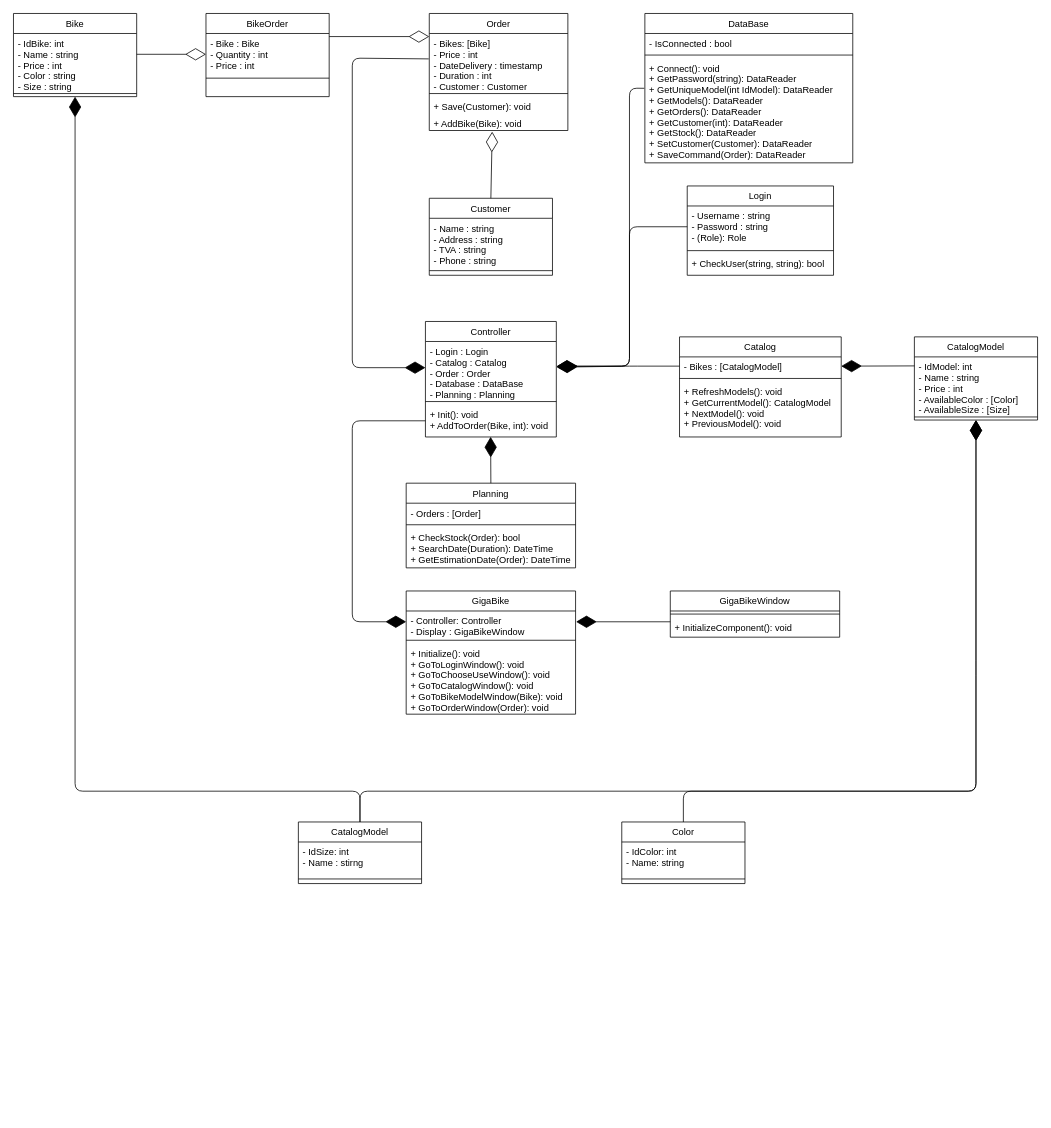
Earlier version of the draw.io diagram Diagrams/ClassDiagram.drawio (alex210501/GigaBike). Source tidied: cells renumbered, new cells numbered last; positions are measured from the earlier drawing's top-left corner, leaving out a move shared by most shapes. Both pictures are drawn from the tidied source at 77%, with x=0, y=0 at pixel (13, 13).
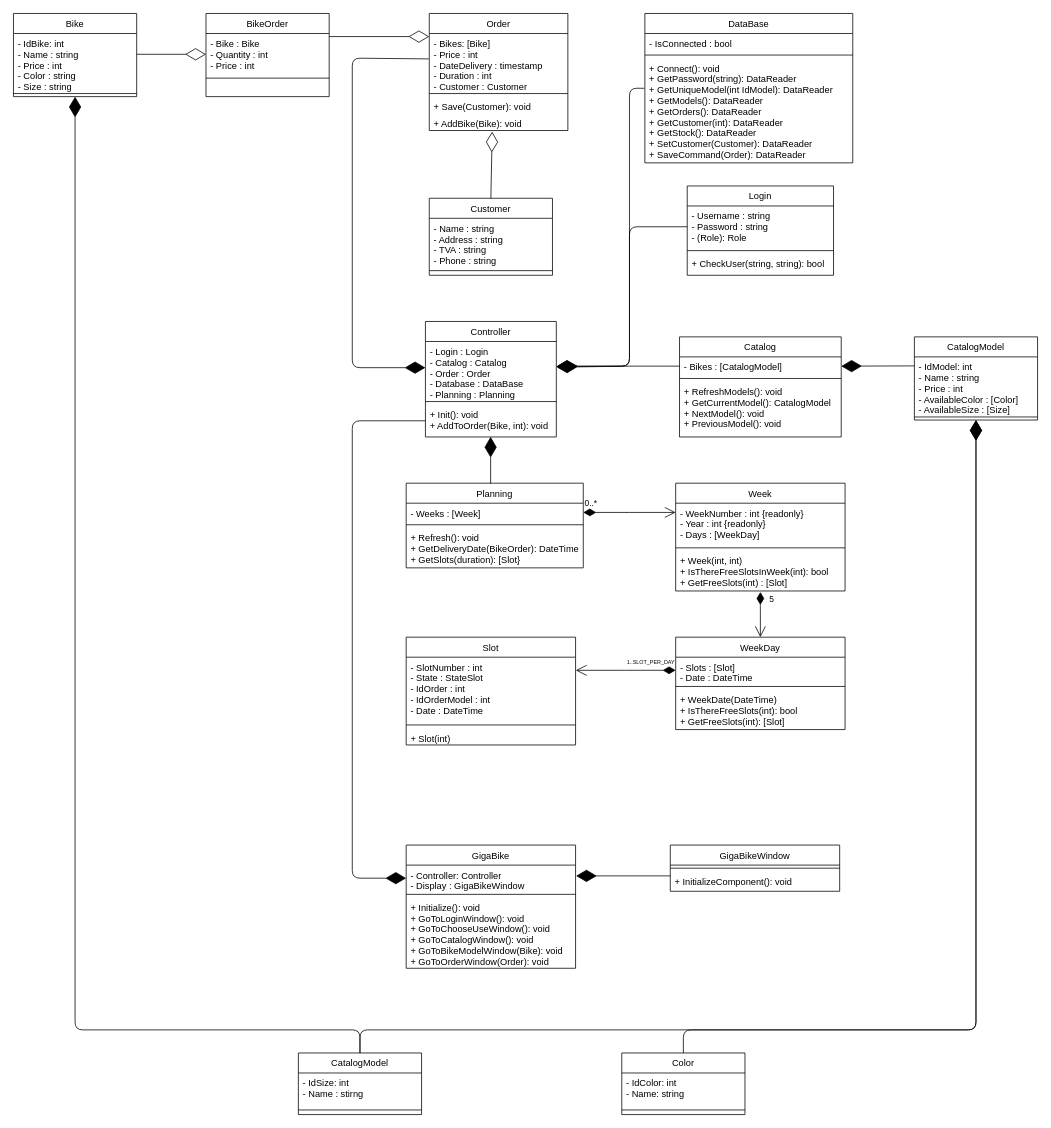
After the change.

Commit message:
Add Week, WeekDay and Slot in class Diagram

The change refers to these unchanged cells:
```xml
<mxCell id="23" value="Bike" style="swimlane;fontStyle=0;align=center;verticalAlign=top;horizontal=1;startSize=26;rounded=0;shadow=0;strokeWidth=1;" parent="1" vertex="1">
  <mxGeometry width="160" height="108" as="geometry" />
</mxCell>
<mxCell id="29" value="+ Init(): void&#10;+ AddToOrder(Bike, int): void" style="text;align=left;verticalAlign=top;spacingLeft=4;spacingRight=4;overflow=hidden;points=[[0,0.5],[1,0.5]];portConstraint=eastwest;" parent="26" vertex="1">
  <mxGeometry y="108" width="170" height="42" as="geometry" />
</mxCell>
<mxCell id="31" value="- Controller: Controller&#10;- Display : GigaBikeWindow" style="text;align=left;verticalAlign=top;spacingLeft=4;spacingRight=4;overflow=hidden;points=[[0,0.5],[1,0.5]];portConstraint=eastwest;" parent="30" vertex="1">
  <mxGeometry y="26" width="220" height="34" as="geometry" />
</mxCell>
<mxCell id="48" value="CatalogModel" style="swimlane;fontStyle=0;align=center;verticalAlign=top;horizontal=1;startSize=26;rounded=0;shadow=0;strokeWidth=1;" parent="1" vertex="1">
  <mxGeometry x="1170" y="420" width="160" height="108" as="geometry" />
</mxCell>
```

Change to the diagram source:
```diff
@@
     <mxCell id="30" value="GigaBike" style="swimlane;fontStyle=0;align=center;verticalAlign=top;horizontal=1;startSize=26;rounded=0;shadow=0;strokeWidth=1;" parent="1" vertex="1">
-      <mxGeometry x="510" y="750" width="220" height="160" as="geometry" />
+      <mxGeometry x="510" y="1080" width="220" height="160" as="geometry" />
     </mxCell>
@@
     <mxCell id="34" value="GigaBikeWindow" style="swimlane;fontStyle=0;align=center;verticalAlign=top;horizontal=1;startSize=26;rounded=0;shadow=0;strokeWidth=1;" parent="1" vertex="1">
-      <mxGeometry x="853" y="750" width="220" height="60" as="geometry" />
+      <mxGeometry x="853" y="1080" width="220" height="60" as="geometry" />
     </mxCell>
@@
     <mxCell id="42" value="Planning" style="swimlane;fontStyle=0;align=center;verticalAlign=top;horizontal=1;startSize=26;rounded=0;shadow=0;strokeWidth=1;" parent="1" vertex="1">
-      <mxGeometry x="510" y="610" width="220" height="110" as="geometry" />
+      <mxGeometry x="510" y="610" width="230" height="110" as="geometry" />
     </mxCell>
-    <mxCell id="43" value="- Orders : [Order]" style="text;align=left;verticalAlign=top;spacingLeft=4;spacingRight=4;overflow=hidden;points=[[0,0.5],[1,0.5]];portConstraint=eastwest;" parent="42" vertex="1">
-      <mxGeometry y="26" width="220" height="24" as="geometry" />
+    <mxCell id="43" value="- Weeks : [Week]" style="text;align=left;verticalAlign=top;spacingLeft=4;spacingRight=4;overflow=hidden;points=[[0,0.5],[1,0.5]];portConstraint=eastwest;" parent="42" vertex="1">
+      <mxGeometry y="26" width="230" height="24" as="geometry" />
     </mxCell>
     <mxCell id="44" style="line;html=1;strokeWidth=1;align=left;verticalAlign=middle;spacingTop=-1;spacingLeft=3;spacingRight=3;labelPosition=right;" parent="42" vertex="1">
-      <mxGeometry y="50" width="220" height="8" as="geometry" />
+      <mxGeometry y="50" width="230" height="8" as="geometry" />
     </mxCell>
-    <mxCell id="45" value="+ CheckStock(Order): bool&#10;+ SearchDate(Duration): DateTime&#10;+ GetEstimationDate(Order): DateTime" style="text;align=left;verticalAlign=top;spacingLeft=4;spacingRight=4;overflow=hidden;" parent="42" vertex="1">
-      <mxGeometry y="58" width="220" height="52" as="geometry" />
+    <mxCell id="45" value="+ Refresh(): void&#10;+ GetDeliveryDate(BikeOrder): DateTime&#10;+ GetSlots(duration): [Slot}&#10;" style="text;align=left;verticalAlign=top;spacingLeft=4;spacingRight=4;overflow=hidden;" parent="42" vertex="1">
+      <mxGeometry y="58" width="230" height="52" as="geometry" />
     </mxCell>
-    <mxCell id="46" style="endArrow=diamondThin;endFill=1;endSize=24;html=1;entryX=0.498;entryY=0.996;entryDx=0;entryDy=0;entryPerimeter=0;exitX=0.5;exitY=0;exitDx=0;exitDy=0;" parent="1" edge="1" source="42" target="29">
+    <mxCell id="46" style="endArrow=diamondThin;endFill=1;endSize=24;html=1;entryX=0.498;entryY=0.996;entryDx=0;entryDy=0;entryPerimeter=0;exitX=0.477;exitY=0.005;exitDx=0;exitDy=0;exitPerimeter=0;" parent="1" edge="1" source="42" target="29">
       <mxGeometry relative="1" as="geometry" />
     </mxCell>
-    <mxCell id="47" style="endArrow=diamondThin;endFill=1;endSize=24;html=1;exitX=0;exitY=0.5;exitDx=0;exitDy=0;" parent="1" edge="1" source="29">
+    <mxCell id="47" style="endArrow=diamondThin;endFill=1;endSize=24;html=1;exitX=0;exitY=0.5;exitDx=0;exitDy=0;entryX=0;entryY=0.5;entryDx=0;entryDy=0;" parent="1" edge="1" source="29" target="31">
       <mxGeometry relative="1" as="geometry">
-        <mxPoint x="510" y="790" as="targetPoint" />
         <Array as="points">
           <mxPoint x="440" y="529" />
-          <mxPoint x="440" y="790" />
+          <mxPoint x="440" y="1123" />
         </Array>
       </mxGeometry>
     </mxCell>
@@
     <mxCell id="52" value="CatalogModel" style="swimlane;fontStyle=0;align=center;verticalAlign=top;horizontal=1;startSize=26;rounded=0;shadow=0;strokeWidth=1;" parent="1" vertex="1">
-      <mxGeometry x="370" y="1050" width="160" height="80" as="geometry" />
+      <mxGeometry x="370" y="1350" width="160" height="80" as="geometry" />
     </mxCell>
@@
     <mxCell id="55" value="Color" style="swimlane;fontStyle=0;align=center;verticalAlign=top;horizontal=1;startSize=26;rounded=0;shadow=0;strokeWidth=1;" parent="1" vertex="1">
-      <mxGeometry x="790" y="1050" width="160" height="80" as="geometry" />
+      <mxGeometry x="790" y="1350" width="160" height="80" as="geometry" />
     </mxCell>
@@
     <mxCell id="58" style="endArrow=diamondThin;endFill=1;endSize=24;html=1;entryX=0.5;entryY=1;entryDx=0;entryDy=0;exitX=0.5;exitY=0;exitDx=0;exitDy=0;" parent="1" edge="1" source="55" target="48">
       <mxGeometry relative="1" as="geometry">
         <Array as="points">
-          <mxPoint x="870" y="1010" />
-          <mxPoint x="1250" y="1010" />
+          <mxPoint x="870" y="1320" />
+          <mxPoint x="1250" y="1320" />
           <mxPoint x="1250" y="850" />
         </Array>
       </mxGeometry>
     </mxCell>
     <mxCell id="59" style="endArrow=diamondThin;endFill=1;endSize=24;html=1;exitX=0.5;exitY=0;exitDx=0;exitDy=0;entryX=0.5;entryY=1;entryDx=0;entryDy=0;" parent="1" edge="1" source="52" target="48">
       <mxGeometry relative="1" as="geometry">
         <Array as="points">
-          <mxPoint x="450" y="1010" />
-          <mxPoint x="1250" y="1010" />
+          <mxPoint x="450" y="1320" />
+          <mxPoint x="1250" y="1320" />
         </Array>
       </mxGeometry>
     </mxCell>
     <mxCell id="60" style="endArrow=diamondThin;endFill=1;endSize=24;html=1;entryX=0.5;entryY=1;entryDx=0;entryDy=0;exitX=0.5;exitY=0;exitDx=0;exitDy=0;" parent="1" edge="1" source="52" target="23">
       <mxGeometry relative="1" as="geometry">
         <Array as="points">
-          <mxPoint x="450" y="1010" />
-          <mxPoint x="80" y="1010" />
+          <mxPoint x="450" y="1320" />
+          <mxPoint x="80" y="1320" />
         </Array>
       </mxGeometry>
     </mxCell>
@@
+    <mxCell id="66" value="Week" style="swimlane;fontStyle=0;align=center;verticalAlign=top;horizontal=1;startSize=26;rounded=0;shadow=0;strokeWidth=1;" parent="1" vertex="1">
+      <mxGeometry x="860" y="610" width="220" height="140" as="geometry" />
+    </mxCell>
+    <mxCell id="67" value="- WeekNumber : int {readonly}&#10;- Year : int {readonly}&#10;- Days : [WeekDay]" style="text;align=left;verticalAlign=top;spacingLeft=4;spacingRight=4;overflow=hidden;" parent="66" vertex="1">
+      <mxGeometry y="26" width="220" height="54" as="geometry" />
+    </mxCell>
+    <mxCell id="68" style="line;html=1;strokeWidth=1;align=left;verticalAlign=middle;spacingTop=-1;spacingLeft=3;spacingRight=3;labelPosition=right;" parent="66" vertex="1">
+      <mxGeometry y="80" width="220" height="8" as="geometry" />
+    </mxCell>
+    <mxCell id="69" value="+ Week(int, int)&#10;+ IsThereFreeSlotsInWeek(int): bool&#10;+ GetFreeSlots(int) : [Slot]" style="text;align=left;verticalAlign=top;spacingLeft=4;spacingRight=4;overflow=hidden;points=[[0,0.5],[1,0.5]];portConstraint=eastwest;" parent="66" vertex="1">
+      <mxGeometry y="88" width="220" height="52" as="geometry" />
+    </mxCell>
+    <mxCell id="70" value="WeekDay" style="swimlane;fontStyle=0;align=center;verticalAlign=top;horizontal=1;startSize=26;rounded=0;shadow=0;strokeWidth=1;" parent="1" vertex="1">
+      <mxGeometry x="860" y="810" width="220" height="120" as="geometry" />
+    </mxCell>
+    <mxCell id="71" value="- Slots : [Slot]&#10;- Date : DateTime" style="text;align=left;verticalAlign=top;spacingLeft=4;spacingRight=4;overflow=hidden;points=[[0,0.5],[1,0.5]];portConstraint=eastwest;" parent="70" vertex="1">
+      <mxGeometry y="26" width="220" height="34" as="geometry" />
+    </mxCell>
+    <mxCell id="72" style="line;html=1;strokeWidth=1;align=left;verticalAlign=middle;spacingTop=-1;spacingLeft=3;spacingRight=3;labelPosition=right;" parent="70" vertex="1">
+      <mxGeometry y="60" width="220" height="8" as="geometry" />
+    </mxCell>
+    <mxCell id="73" value="+ WeekDate(DateTime)&#10;+ IsThereFreeSlots(int): bool&#10;+ GetFreeSlots(int): [Slot]" style="text;align=left;verticalAlign=top;spacingLeft=4;spacingRight=4;overflow=hidden;" parent="70" vertex="1">
+      <mxGeometry y="68" width="220" height="52" as="geometry" />
+    </mxCell>
+    <mxCell id="74" value="Slot" style="swimlane;fontStyle=0;align=center;verticalAlign=top;horizontal=1;startSize=26;rounded=0;shadow=0;strokeWidth=1;" parent="1" vertex="1">
+      <mxGeometry x="510" y="810" width="220" height="140" as="geometry" />
+    </mxCell>
+    <mxCell id="75" value="- SlotNumber : int&#10;- State : StateSlot&#10;- IdOrder : int&#10;- IdOrderModel : int&#10;- Date : DateTime" style="text;align=left;verticalAlign=top;spacingLeft=4;spacingRight=4;overflow=hidden;points=[[0,0.5],[1,0.5]];portConstraint=eastwest;" parent="74" vertex="1">
+      <mxGeometry y="26" width="220" height="84" as="geometry" />
+    </mxCell>
+    <mxCell id="76" style="line;html=1;strokeWidth=1;align=left;verticalAlign=middle;spacingTop=-1;spacingLeft=3;spacingRight=3;labelPosition=right;" parent="74" vertex="1">
+      <mxGeometry y="110" width="220" height="8" as="geometry" />
+    </mxCell>
+    <mxCell id="77" value="+ Slot(int)" style="text;align=left;verticalAlign=top;spacingLeft=4;spacingRight=4;overflow=hidden;" parent="74" vertex="1">
+      <mxGeometry y="118" width="220" height="22" as="geometry" />
+    </mxCell>
+    <mxCell id="78" value="0..*" style="endArrow=open;html=1;endSize=12;startArrow=diamondThin;startSize=14;startFill=1;edgeStyle=orthogonalEdgeStyle;align=left;verticalAlign=bottom;exitX=1;exitY=0.5;exitDx=0;exitDy=0;" parent="1" edge="1" source="43">
+      <mxGeometry x="-1" y="3" relative="1" as="geometry">
+        <mxPoint x="860" y="648" as="targetPoint" />
+      </mxGeometry>
+    </mxCell>
+    <mxCell id="79" value="5" style="endArrow=open;html=1;endSize=12;startArrow=diamondThin;startSize=14;startFill=1;edgeStyle=orthogonalEdgeStyle;align=left;verticalAlign=bottom;exitX=0.5;exitY=1.025;exitDx=0;exitDy=0;exitPerimeter=0;entryX=0.5;entryY=0;entryDx=0;entryDy=0;" parent="1" edge="1" source="69" target="70">
+      <mxGeometry x="-0.36" y="10" relative="1" as="geometry">
+        <Array as="points">
+          <mxPoint x="970" y="770" />
+          <mxPoint x="970" y="770" />
+        </Array>
+      </mxGeometry>
+    </mxCell>
+    <mxCell id="80" value="&lt;font style=&quot;font-size: 7px&quot;&gt;1..SLOT_PER_DAY&lt;/font&gt;" style="endArrow=open;html=1;endSize=12;startArrow=diamondThin;startSize=14;startFill=1;edgeStyle=orthogonalEdgeStyle;align=left;verticalAlign=bottom;exitX=0;exitY=0.5;exitDx=0;exitDy=0;entryX=1.001;entryY=0.203;entryDx=0;entryDy=0;entryPerimeter=0;" parent="1" edge="1" source="71" target="75">
+      <mxGeometry y="-3" relative="1" as="geometry" />
+    </mxCell>
```
